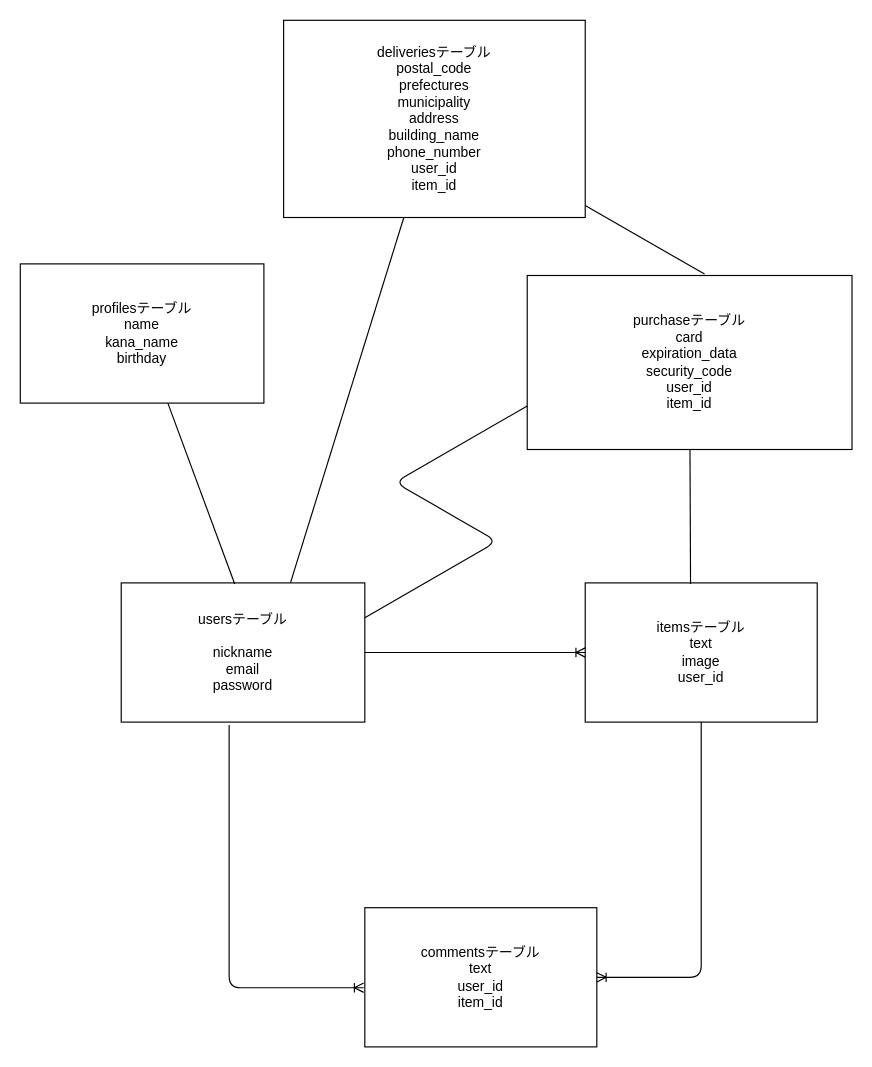
Earlier version of the draw.io diagram furima-31613.dio (ksk-k/furima-31613). Source tidied: cells renumbered, new cells numbered last; positions are measured from the earlier drawing's top-left corner, leaving out a move shared by most shapes. Both pictures are drawn from the tidied source at 116%, with x=0, y=0 at pixel (20, 20).
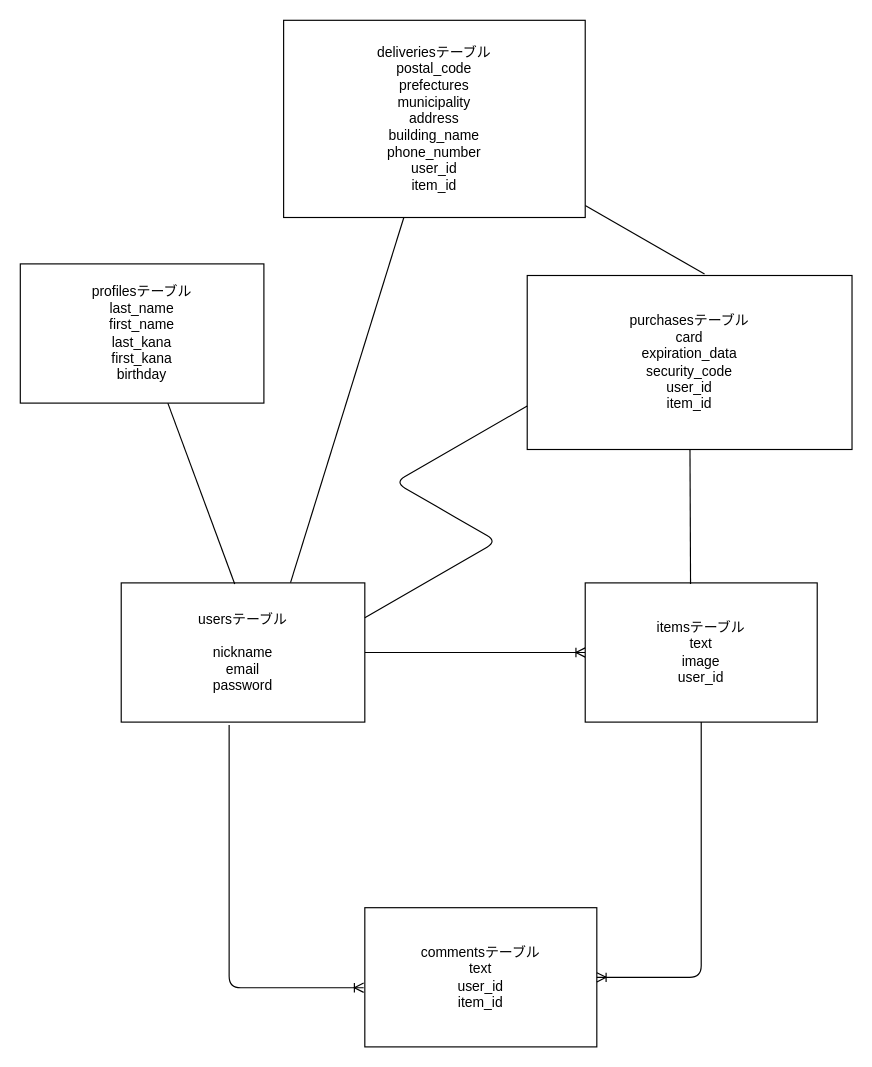
After the change.

Commit message (it also covers changes not shown here):
レビューのコメントに対する変更１

The edit, as a diff of the source:
```diff
@@
 <mxGraphModel>
   <root>
     <mxCell id="0" />
     <mxCell id="1" parent="0" />
     <mxCell id="2" style="edgeStyle=none;rounded=0;jettySize=auto;html=1;exitX=1;exitY=0.5;exitDx=0;exitDy=0;entryX=0;entryY=0.5;entryDx=0;entryDy=0;endArrow=ERoneToMany;endFill=0;strokeWidth=1;" parent="1" edge="1" source="3" target="4">
       <mxGeometry relative="1" as="geometry" />
     </mxCell>
     <mxCell id="3" value="usersテーブル&lt;br&gt;&lt;br&gt;nickname&lt;br&gt;email&lt;br&gt;password&lt;br&gt;" style="whiteSpace=wrap;html=1;" parent="1" vertex="1">
       <mxGeometry x="87" y="485" width="210" height="120" as="geometry" />
     </mxCell>
     <mxCell id="4" value="itemsテーブル&lt;br&gt;text&lt;br&gt;image&lt;br&gt;user_id" style="whiteSpace=wrap;html=1;" parent="1" vertex="1">
       <mxGeometry x="487" y="485" width="200" height="120" as="geometry" />
     </mxCell>
     <mxCell id="5" value="commentsテーブル&lt;br&gt;text&lt;br&gt;user_id&lt;br&gt;item_id" style="whiteSpace=wrap;html=1;" parent="1" vertex="1">
       <mxGeometry x="297" y="765" width="200" height="120" as="geometry" />
     </mxCell>
     <mxCell id="6" style="edgeStyle=segmentEdgeStyle;endArrow=ERoneToMany;html=1;strokeWidth=1;exitX=0.5;exitY=1;exitDx=0;exitDy=0;entryX=1;entryY=0.5;entryDx=0;entryDy=0;endFill=0;" parent="1" edge="1" source="4" target="5">
       <mxGeometry relative="1" as="geometry">
         <Array as="points">
           <mxPoint x="587" y="825" />
           <mxPoint x="497" y="825" />
         </Array>
       </mxGeometry>
     </mxCell>
     <mxCell id="7" style="edgeStyle=elbowEdgeStyle;elbow=vertical;endArrow=ERoneToMany;html=1;strokeWidth=1;entryX=-0.005;entryY=0.578;entryDx=0;entryDy=0;entryPerimeter=0;exitX=0.443;exitY=1.02;exitDx=0;exitDy=0;exitPerimeter=0;endFill=0;" parent="1" edge="1" source="3" target="5">
       <mxGeometry relative="1" as="geometry">
         <Array as="points">
           <mxPoint x="237" y="834" />
         </Array>
       </mxGeometry>
     </mxCell>
     <mxCell id="8" style="edgeStyle=none;rounded=0;jettySize=auto;html=1;entryX=0.454;entryY=0.008;entryDx=0;entryDy=0;entryPerimeter=0;endArrow=none;endFill=0;strokeWidth=1;" parent="1" edge="1" source="9" target="4">
       <mxGeometry relative="1" as="geometry" />
     </mxCell>
-    <mxCell id="9" value="purchaseテーブル&lt;br&gt;card&lt;br&gt;expiration_data&lt;br&gt;security_code&lt;br&gt;user_id&lt;br&gt;item_id" style="rounded=0;whiteSpace=wrap;html=1;" parent="1" vertex="1">
+    <mxCell id="9" value="purchasesテーブル&lt;br&gt;card&lt;br&gt;expiration_data&lt;br&gt;security_code&lt;br&gt;user_id&lt;br&gt;item_id" style="rounded=0;whiteSpace=wrap;html=1;" parent="1" vertex="1">
       <mxGeometry x="437" y="220" width="280" height="150" as="geometry" />
     </mxCell>
     <mxCell id="10" style="edgeStyle=none;rounded=0;jettySize=auto;html=1;entryX=0.466;entryY=0.008;entryDx=0;entryDy=0;entryPerimeter=0;endArrow=none;endFill=0;strokeWidth=1;" parent="1" edge="1" source="11" target="3">
       <mxGeometry relative="1" as="geometry" />
     </mxCell>
-    <mxCell id="11" value="profilesテーブル&lt;br&gt;name&lt;br&gt;kana_name&lt;br&gt;birthday" style="rounded=0;whiteSpace=wrap;html=1;" parent="1" vertex="1">
+    <mxCell id="11" value="profilesテーブル&lt;br&gt;last_name&lt;br&gt;first_name&lt;br&gt;last_kana&lt;br&gt;first_kana&lt;br&gt;birthday" style="rounded=0;whiteSpace=wrap;html=1;" parent="1" vertex="1">
       <mxGeometry y="210" width="210" height="120" as="geometry" />
     </mxCell>
     <mxCell id="12" style="edgeStyle=isometricEdgeStyle;endArrow=none;html=1;strokeWidth=1;exitX=1;exitY=0.25;exitDx=0;exitDy=0;entryX=0;entryY=0.75;entryDx=0;entryDy=0;" parent="1" edge="1" source="3" target="9">
       <mxGeometry relative="1" as="geometry" />
     </mxCell>
     <mxCell id="13" style="edgeStyle=none;rounded=0;jettySize=auto;html=1;entryX=0.546;entryY=-0.008;entryDx=0;entryDy=0;entryPerimeter=0;endArrow=none;endFill=0;strokeWidth=1;" parent="1" edge="1" source="15" target="9">
       <mxGeometry relative="1" as="geometry" />
     </mxCell>
     <mxCell id="14" style="edgeStyle=none;rounded=0;jettySize=auto;html=1;entryX=0.695;entryY=-0.002;entryDx=0;entryDy=0;entryPerimeter=0;endArrow=none;endFill=0;strokeWidth=1;" parent="1" edge="1" source="15" target="3">
       <mxGeometry relative="1" as="geometry" />
     </mxCell>
     <mxCell id="15" value="&lt;span&gt;deliveriesテーブル&lt;br&gt;postal_code&lt;/span&gt;&lt;br&gt;&lt;span&gt;prefectures&lt;/span&gt;&lt;br&gt;&lt;span&gt;municipality&lt;/span&gt;&lt;br&gt;&lt;span&gt;address&lt;/span&gt;&lt;br&gt;&lt;span&gt;building_name&lt;/span&gt;&lt;br&gt;&lt;span&gt;phone_number&lt;br&gt;user_id&lt;br&gt;item_id&lt;br&gt;&lt;/span&gt;" style="rounded=0;whiteSpace=wrap;html=1;" parent="1" vertex="1">
       <mxGeometry x="227" width="260" height="170" as="geometry" />
     </mxCell>
   </root>
 </mxGraphModel>
```
